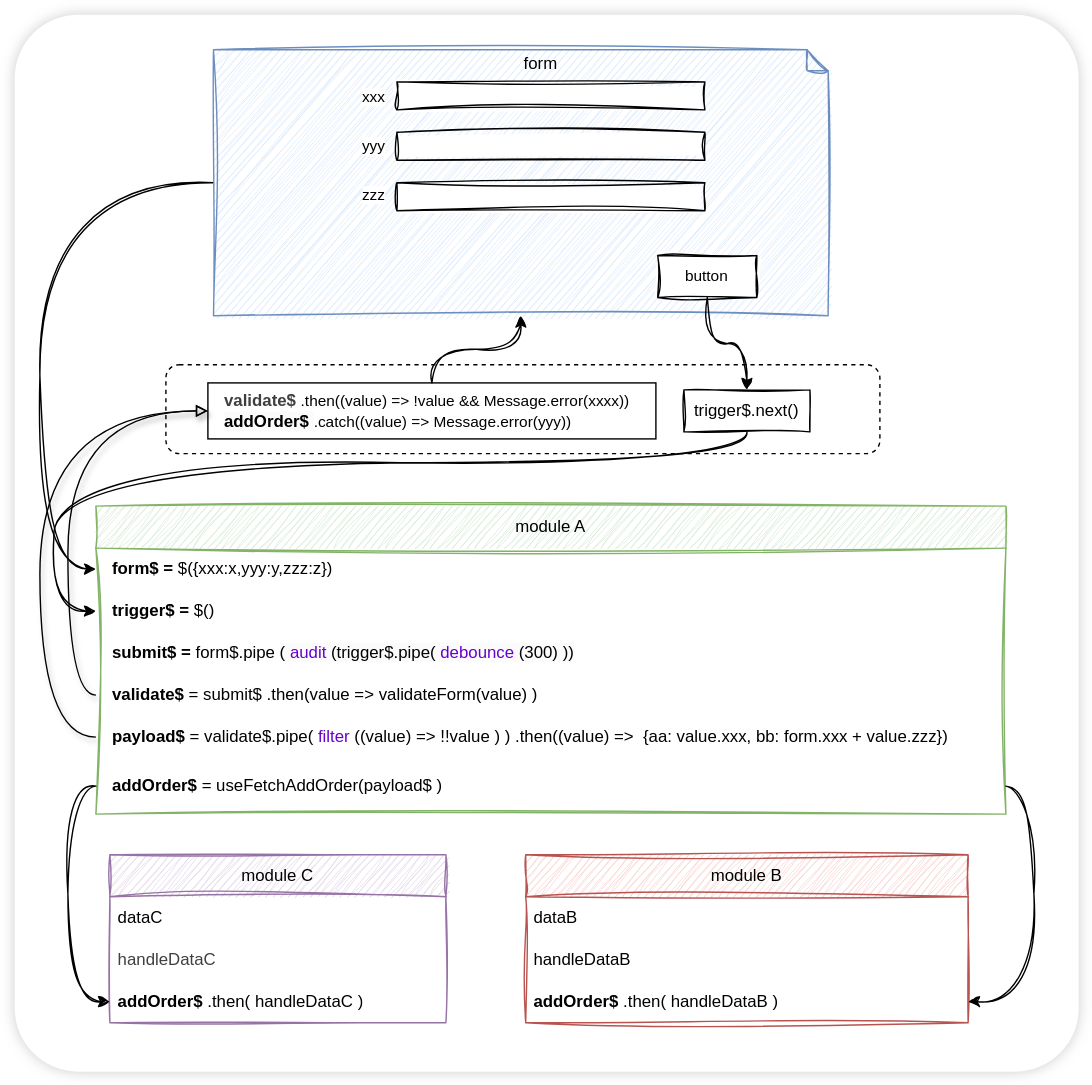
This is packages/public/stream-code.drawio.svg from fluthjs/fluth-vue, a draw.io export, as it was before one commit. Source tidied: cells renumbered, new cells last; positions are measured from the earlier drawing's top-left corner, leaving out a move shared by most shapes.
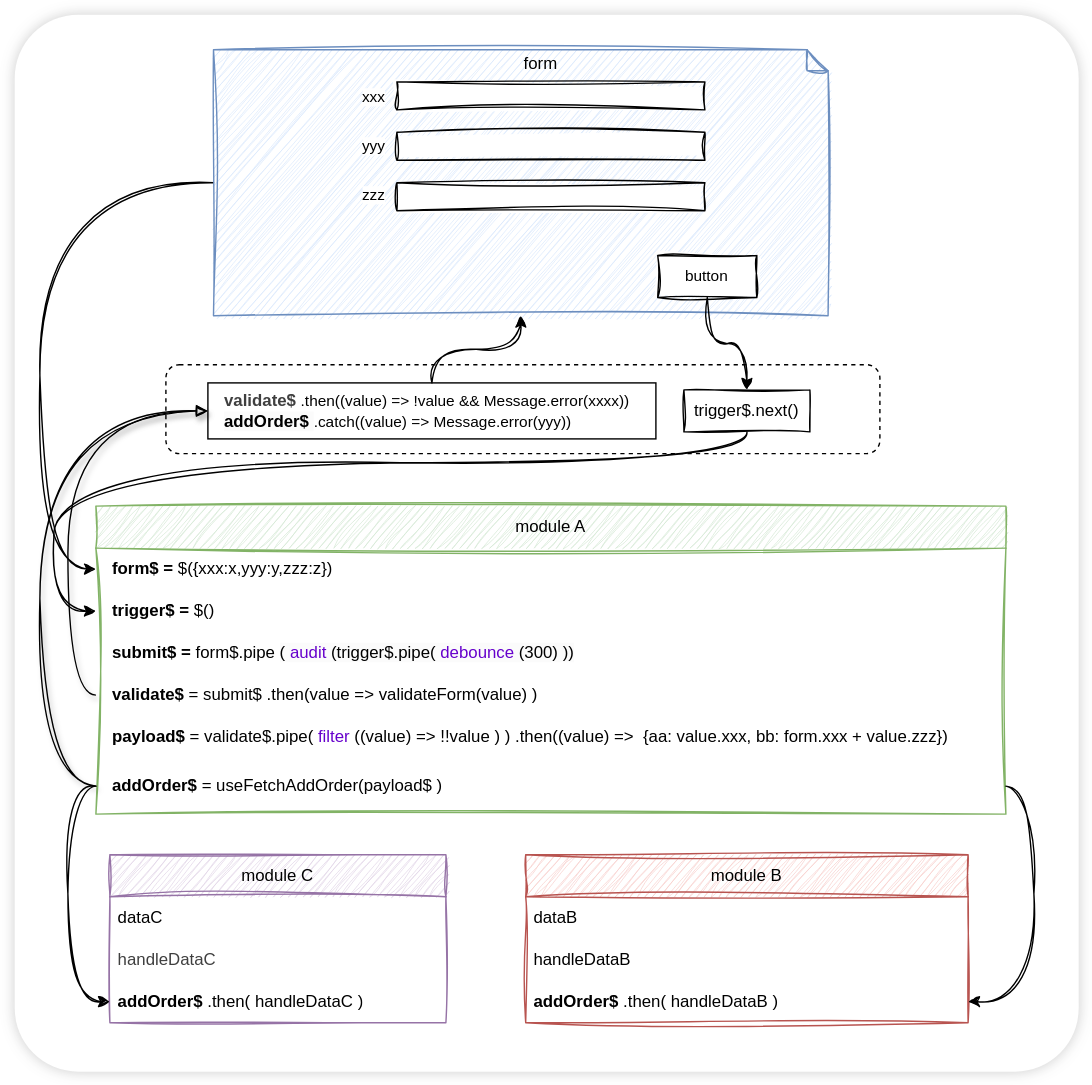
After the change.

Commit message:
docs: update flow diagram

Diff of the diagram source:
```diff
@@ -142,14 +142,6 @@
         </Array>
       </mxGeometry>
     </mxCell>
-    <mxCell id="42" style="edgeStyle=orthogonalEdgeStyle;shape=connector;curved=1;rounded=1;html=1;exitX=0;exitY=0.5;exitDx=0;exitDy=0;entryX=0;entryY=0.5;entryDx=0;entryDy=0;strokeColor=#000000;align=center;verticalAlign=middle;fontFamily=Helvetica;fontSize=11;fontColor=default;labelBackgroundColor=default;endArrow=block;shadow=1;strokeWidth=1;endFill=0;" parent="1" edge="1" source="18" target="24">
-      <mxGeometry relative="1" as="geometry">
-        <Array as="points">
-          <mxPoint x="18" y="516" />
-          <mxPoint x="18" y="283" />
-        </Array>
-      </mxGeometry>
-    </mxCell>
     <mxCell id="43" style="edgeStyle=orthogonalEdgeStyle;shape=connector;curved=1;rounded=1;html=1;exitX=0.5;exitY=1;exitDx=0;exitDy=0;entryX=0;entryY=0.5;entryDx=0;entryDy=0;strokeColor=default;align=center;verticalAlign=middle;fontFamily=Helvetica;fontSize=11;fontColor=default;labelBackgroundColor=default;endArrow=classic;sketch=1;curveFitting=1;jiggle=2;" parent="1" edge="1" source="25" target="15">
       <mxGeometry relative="1" as="geometry">
         <Array as="points">
@@ -159,5 +151,13 @@
         </Array>
       </mxGeometry>
     </mxCell>
+    <mxCell id="44" style="edgeStyle=orthogonalEdgeStyle;html=1;entryX=0;entryY=0.5;entryDx=0;entryDy=0;curved=1;sketch=1;curveFitting=1;jiggle=2;shadow=1;endArrow=block;endFill=0;" parent="1" edge="1" source="19" target="24">
+      <mxGeometry relative="1" as="geometry">
+        <Array as="points">
+          <mxPoint x="18" y="551" />
+          <mxPoint x="18" y="283" />
+        </Array>
+      </mxGeometry>
+    </mxCell>
   </root>
 </mxGraphModel>
```
